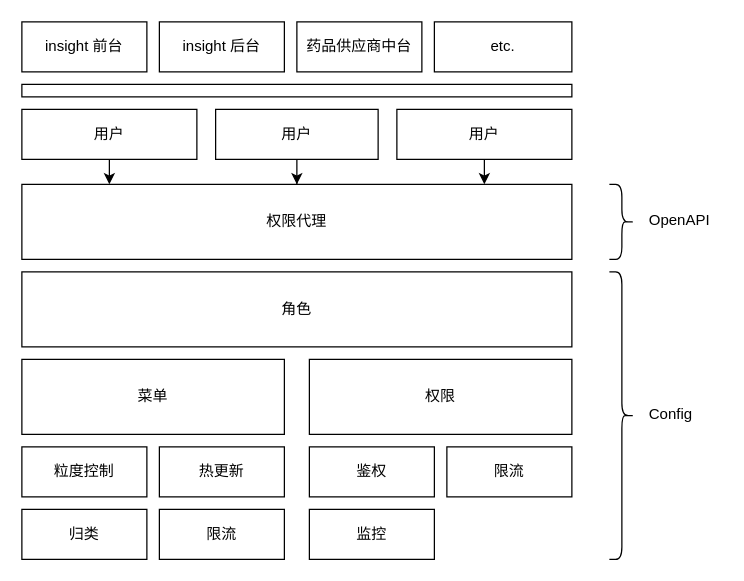
Before: Untitled Diagram.drawio in Achieve777/picture, a draw.io diagram. Source tidied: cells renumbered, new cells numbered last; positions are measured from the earlier drawing's top-left corner, leaving out a move shared by most shapes. Both pictures are drawn from the tidied source at 125%, with x=0, y=0 at pixel (21, 21).
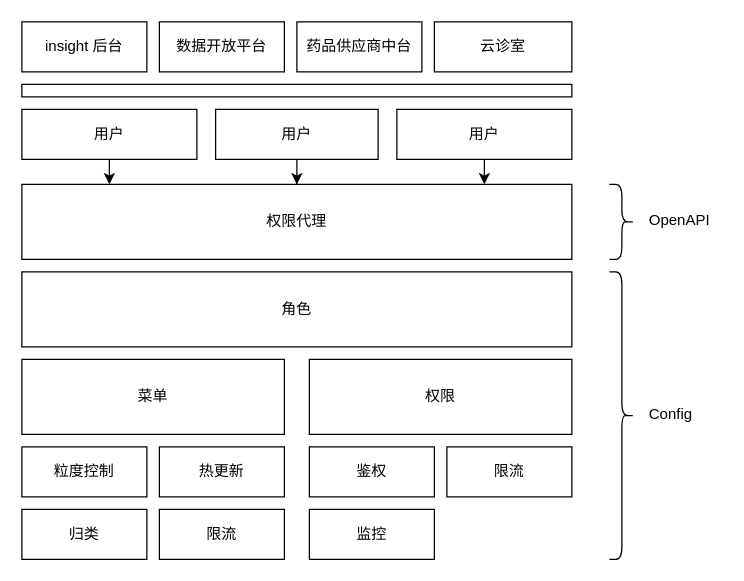
The same diagram, later.

Change to the diagram source:
```diff
@@
-    <mxCell id="20" value="insight 前台" style="rounded=0;whiteSpace=wrap;html=1;" parent="1" vertex="1">
+    <mxCell id="20" value="insight 后台" style="rounded=0;whiteSpace=wrap;html=1;" parent="1" vertex="1">
       <mxGeometry width="100" height="40" as="geometry" />
     </mxCell>
-    <mxCell id="21" value="insight 后台" style="rounded=0;whiteSpace=wrap;html=1;" parent="1" vertex="1">
+    <mxCell id="21" value="数据开放平台" style="rounded=0;whiteSpace=wrap;html=1;" parent="1" vertex="1">
       <mxGeometry x="110" width="100" height="40" as="geometry" />
     </mxCell>
@@
-    <mxCell id="23" value="etc." style="rounded=0;whiteSpace=wrap;html=1;" parent="1" vertex="1">
+    <mxCell id="23" value="云诊室" style="rounded=0;whiteSpace=wrap;html=1;" parent="1" vertex="1">
       <mxGeometry x="330" width="110" height="40" as="geometry" />
     </mxCell>
```
